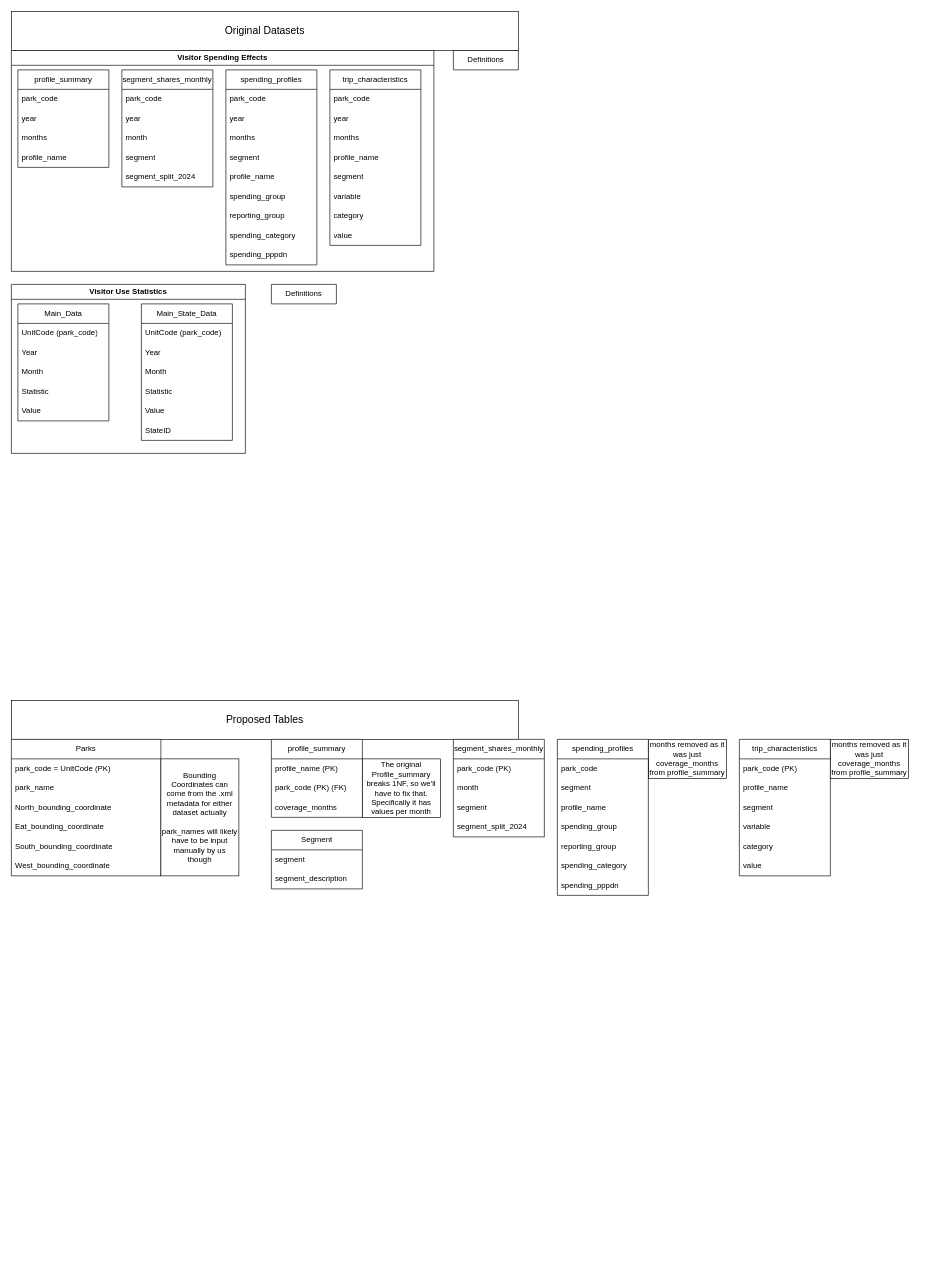
Above: NP_Analysis_TableOverviewAndPlanning.drawio in PoisonAssassin13/IEM4723_NP_Analysists (draw.io), before the change. Source tidied: cells renumbered, new cells numbered last; positions are measured from the earlier drawing's top-left corner, leaving out a move shared by most shapes. Both pictures are drawn from the tidied source at 65%, with x=0, y=0 at pixel (11, 11).
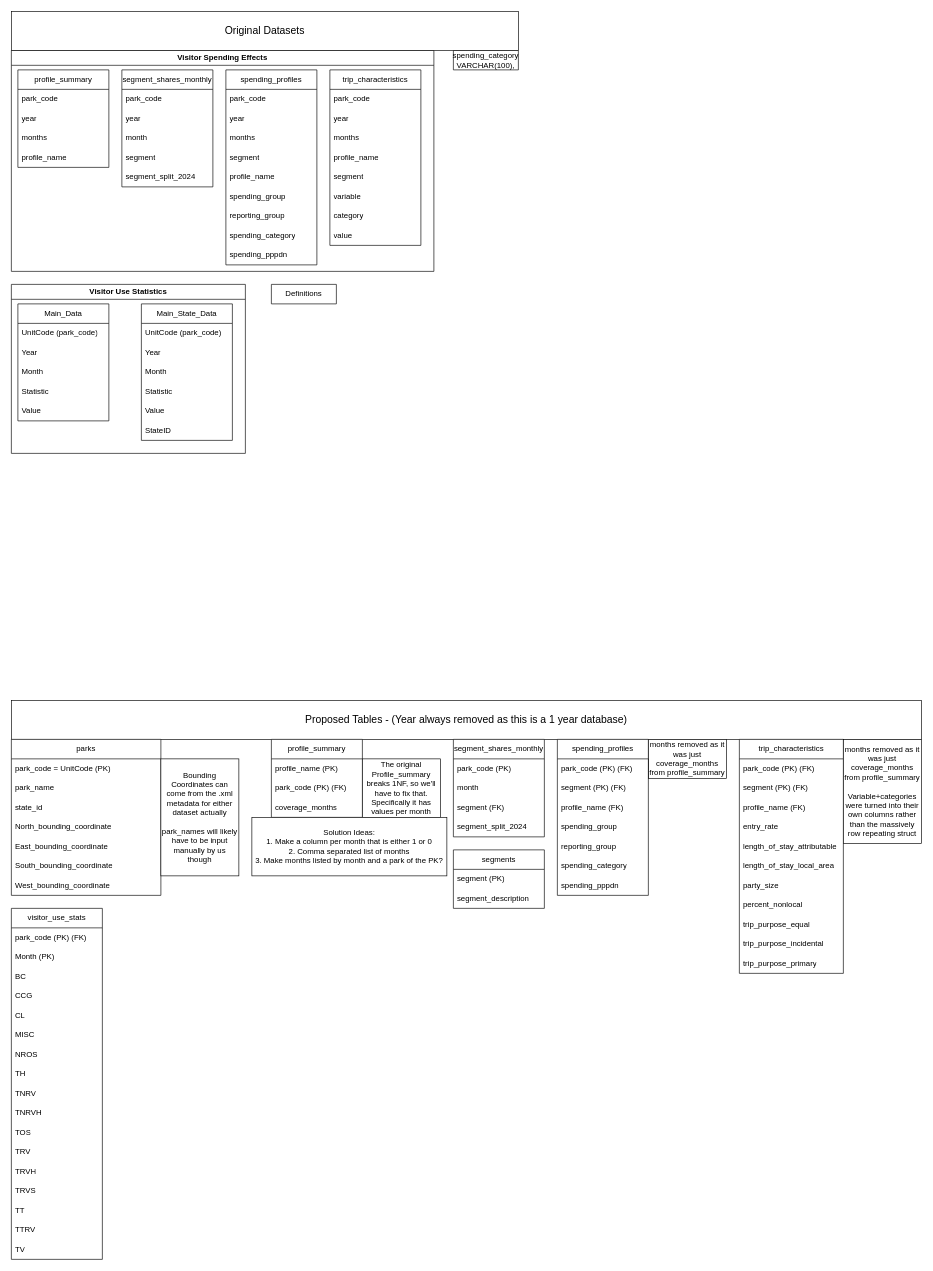
The same page after the edit.

Commit message (it also covers changes not shown here):
Finished initial table planning and hypothetical table construction.

The change refers to these unchanged cells:
```xml
<mxCell id="64" value="segment_shares_monthly" style="swimlane;fontStyle=0;horizontal=1;startSize=30;whiteSpace=wrap;html=1;" parent="1" vertex="1">
  <mxGeometry x="680" y="1120" width="140" height="150" as="geometry" />
</mxCell>
<mxCell id="78" value="spending_profiles" style="swimlane;fontStyle=0;horizontal=1;startSize=30;whiteSpace=wrap;html=1;" parent="1" vertex="1">
  <mxGeometry x="840" y="1120" width="140" height="240" as="geometry" />
</mxCell>
```

What changed in the source:
```diff
@@
-    <mxCell id="48" value="Definitions" style="swimlane;fontStyle=0;horizontal=1;startSize=30;whiteSpace=wrap;html=1;" parent="1" vertex="1" collapsed="1">
+    <mxCell id="48" value="spending_category VARCHAR(100)," style="swimlane;fontStyle=0;horizontal=1;startSize=30;whiteSpace=wrap;html=1;" parent="1" vertex="1" collapsed="1">
       <mxGeometry x="680" y="60" width="100" height="30" as="geometry" />
     </mxCell>
@@
-    <mxCell id="50" value="&lt;font size=&quot;3&quot;&gt;Proposed Tables&lt;/font&gt;" style="rounded=0;whiteSpace=wrap;html=1;" parent="1" vertex="1">
-      <mxGeometry y="1060" width="780" height="60" as="geometry" />
+    <mxCell id="50" value="&lt;font size=&quot;3&quot;&gt;Proposed Tables - (Year always removed as this is a 1 year database)&lt;/font&gt;" style="rounded=0;whiteSpace=wrap;html=1;" parent="1" vertex="1">
+      <mxGeometry y="1060" width="1400" height="60" as="geometry" />
     </mxCell>
-    <mxCell id="51" value="Parks" style="swimlane;fontStyle=0;horizontal=1;startSize=30;whiteSpace=wrap;html=1;" parent="1" vertex="1">
-      <mxGeometry y="1120" width="230" height="210" as="geometry" />
+    <mxCell id="51" value="parks" style="swimlane;fontStyle=0;horizontal=1;startSize=30;whiteSpace=wrap;html=1;" parent="1" vertex="1">
+      <mxGeometry y="1120" width="230" height="240" as="geometry" />
     </mxCell>
@@
+    <mxCell id="89" value="state_id" style="text;strokeColor=none;fillColor=none;align=left;verticalAlign=middle;spacingLeft=4;spacingRight=4;overflow=hidden;whiteSpace=wrap;html=1;" parent="51" vertex="1">
+      <mxGeometry y="90" width="230" height="30" as="geometry" />
+    </mxCell>
     <mxCell id="54" value="North_bounding_coordinate" style="text;strokeColor=none;fillColor=none;align=left;verticalAlign=middle;spacingLeft=4;spacingRight=4;overflow=hidden;whiteSpace=wrap;html=1;" parent="51" vertex="1">
-      <mxGeometry y="90" width="230" height="30" as="geometry" />
+      <mxGeometry y="120" width="230" height="30" as="geometry" />
     </mxCell>
-    <mxCell id="55" value="Eat_bounding_coordinate" style="text;strokeColor=none;fillColor=none;align=left;verticalAlign=middle;spacingLeft=4;spacingRight=4;overflow=hidden;whiteSpace=wrap;html=1;" parent="51" vertex="1">
-      <mxGeometry y="120" width="230" height="30" as="geometry" />
+    <mxCell id="55" value="East_bounding_coordinate" style="text;strokeColor=none;fillColor=none;align=left;verticalAlign=middle;spacingLeft=4;spacingRight=4;overflow=hidden;whiteSpace=wrap;html=1;" parent="51" vertex="1">
+      <mxGeometry y="150" width="230" height="30" as="geometry" />
     </mxCell>
     <mxCell id="56" value="South_bounding_coordinate" style="text;strokeColor=none;fillColor=none;align=left;verticalAlign=middle;spacingLeft=4;spacingRight=4;overflow=hidden;whiteSpace=wrap;html=1;" parent="51" vertex="1">
-      <mxGeometry y="150" width="230" height="30" as="geometry" />
+      <mxGeometry y="180" width="230" height="30" as="geometry" />
     </mxCell>
     <mxCell id="57" value="West_bounding_coordinate" style="text;strokeColor=none;fillColor=none;align=left;verticalAlign=middle;spacingLeft=4;spacingRight=4;overflow=hidden;whiteSpace=wrap;html=1;" parent="51" vertex="1">
-      <mxGeometry y="180" width="230" height="30" as="geometry" />
+      <mxGeometry y="210" width="230" height="30" as="geometry" />
     </mxCell>
@@
-    <mxCell id="67" value="segment" style="text;strokeColor=none;fillColor=none;align=left;verticalAlign=middle;spacingLeft=4;spacingRight=4;overflow=hidden;whiteSpace=wrap;html=1;" parent="64" vertex="1">
+    <mxCell id="67" value="segment (FK)" style="text;strokeColor=none;fillColor=none;align=left;verticalAlign=middle;spacingLeft=4;spacingRight=4;overflow=hidden;whiteSpace=wrap;html=1;" parent="64" vertex="1">
       <mxGeometry y="90" width="140" height="30" as="geometry" />
     </mxCell>
@@
     <mxCell id="69" value="trip_characteristics" style="swimlane;fontStyle=0;horizontal=1;startSize=30;whiteSpace=wrap;html=1;" parent="1" vertex="1">
-      <mxGeometry x="1120" y="1120" width="140" height="210" as="geometry" />
+      <mxGeometry x="1120" y="1120" width="160" height="360" as="geometry" />
     </mxCell>
-    <mxCell id="70" value="park_code (PK)" style="text;strokeColor=none;fillColor=none;align=left;verticalAlign=middle;spacingLeft=4;spacingRight=4;overflow=hidden;whiteSpace=wrap;html=1;" parent="69" vertex="1">
-      <mxGeometry y="30" width="140" height="30" as="geometry" />
+    <mxCell id="70" value="park_code (PK) (FK)" style="text;strokeColor=none;fillColor=none;align=left;verticalAlign=middle;spacingLeft=4;spacingRight=4;overflow=hidden;whiteSpace=wrap;html=1;" parent="69" vertex="1">
+      <mxGeometry y="30" width="160" height="30" as="geometry" />
     </mxCell>
+    <mxCell id="72" value="segment (PK) (FK)" style="text;strokeColor=none;fillColor=none;align=left;verticalAlign=middle;spacingLeft=4;spacingRight=4;overflow=hidden;whiteSpace=wrap;html=1;" parent="69" vertex="1">
+      <mxGeometry y="60" width="160" height="30" as="geometry" />
+    </mxCell>
-    <mxCell id="71" value="profile_name" style="text;strokeColor=none;fillColor=none;align=left;verticalAlign=middle;spacingLeft=4;spacingRight=4;overflow=hidden;whiteSpace=wrap;html=1;" parent="69" vertex="1">
-      <mxGeometry y="60" width="140" height="30" as="geometry" />
+    <mxCell id="71" value="profile_name (FK)" style="text;strokeColor=none;fillColor=none;align=left;verticalAlign=middle;spacingLeft=4;spacingRight=4;overflow=hidden;whiteSpace=wrap;html=1;" parent="69" vertex="1">
+      <mxGeometry y="90" width="160" height="30" as="geometry" />
     </mxCell>
-    <mxCell id="72" value="segment" style="text;strokeColor=none;fillColor=none;align=left;verticalAlign=middle;spacingLeft=4;spacingRight=4;overflow=hidden;whiteSpace=wrap;html=1;" parent="69" vertex="1">
-      <mxGeometry y="90" width="140" height="30" as="geometry" />
-    </mxCell>
-    <mxCell id="73" value="variable" style="text;strokeColor=none;fillColor=none;align=left;verticalAlign=middle;spacingLeft=4;spacingRight=4;overflow=hidden;whiteSpace=wrap;html=1;" parent="69" vertex="1">
-      <mxGeometry y="120" width="140" height="30" as="geometry" />
+    <mxCell id="73" value="entry_rate" style="text;strokeColor=none;fillColor=none;align=left;verticalAlign=middle;spacingLeft=4;spacingRight=4;overflow=hidden;whiteSpace=wrap;html=1;" parent="69" vertex="1">
+      <mxGeometry y="120" width="160" height="30" as="geometry" />
     </mxCell>
+    <mxCell id="90" value="length_of_stay_attributable" style="text;strokeColor=none;fillColor=none;align=left;verticalAlign=middle;spacingLeft=4;spacingRight=4;overflow=hidden;whiteSpace=wrap;html=1;" parent="69" vertex="1">
+      <mxGeometry y="150" width="160" height="30" as="geometry" />
+    </mxCell>
-    <mxCell id="74" value="category" style="text;strokeColor=none;fillColor=none;align=left;verticalAlign=middle;spacingLeft=4;spacingRight=4;overflow=hidden;whiteSpace=wrap;html=1;" parent="69" vertex="1">
-      <mxGeometry y="150" width="140" height="30" as="geometry" />
+    <mxCell id="74" value="length_of_stay_local_area" style="text;strokeColor=none;fillColor=none;align=left;verticalAlign=middle;spacingLeft=4;spacingRight=4;overflow=hidden;whiteSpace=wrap;html=1;" parent="69" vertex="1">
+      <mxGeometry y="180" width="160" height="30" as="geometry" />
     </mxCell>
-    <mxCell id="75" value="value" style="text;strokeColor=none;fillColor=none;align=left;verticalAlign=middle;spacingLeft=4;spacingRight=4;overflow=hidden;whiteSpace=wrap;html=1;" parent="69" vertex="1">
-      <mxGeometry y="180" width="140" height="30" as="geometry" />
+    <mxCell id="75" value="party_size" style="text;strokeColor=none;fillColor=none;align=left;verticalAlign=middle;spacingLeft=4;spacingRight=4;overflow=hidden;whiteSpace=wrap;html=1;" parent="69" vertex="1">
+      <mxGeometry y="210" width="160" height="30" as="geometry" />
     </mxCell>
+    <mxCell id="91" value="percent_nonlocal" style="text;strokeColor=none;fillColor=none;align=left;verticalAlign=middle;spacingLeft=4;spacingRight=4;overflow=hidden;whiteSpace=wrap;html=1;" parent="69" vertex="1">
+      <mxGeometry y="240" width="160" height="30" as="geometry" />
+    </mxCell>
+    <mxCell id="92" value="trip_purpose_equal" style="text;strokeColor=none;fillColor=none;align=left;verticalAlign=middle;spacingLeft=4;spacingRight=4;overflow=hidden;whiteSpace=wrap;html=1;" parent="69" vertex="1">
+      <mxGeometry y="270" width="160" height="30" as="geometry" />
+    </mxCell>
+    <mxCell id="93" value="trip_purpose_incidental" style="text;strokeColor=none;fillColor=none;align=left;verticalAlign=middle;spacingLeft=4;spacingRight=4;overflow=hidden;whiteSpace=wrap;html=1;" parent="69" vertex="1">
+      <mxGeometry y="300" width="160" height="30" as="geometry" />
+    </mxCell>
+    <mxCell id="94" value="trip_purpose_primary" style="text;strokeColor=none;fillColor=none;align=left;verticalAlign=middle;spacingLeft=4;spacingRight=4;overflow=hidden;whiteSpace=wrap;html=1;" parent="69" vertex="1">
+      <mxGeometry y="330" width="160" height="30" as="geometry" />
+    </mxCell>
@@
-    <mxCell id="77" value="months removed as it was just coverage_months from profile_summary" style="rounded=0;whiteSpace=wrap;html=1;" parent="1" vertex="1">
-      <mxGeometry x="1260" y="1120" width="120" height="60" as="geometry" />
+    <mxCell id="77" value="months removed as it was just coverage_months from profile_summary&lt;br&gt;&lt;br&gt;Variable+categories were turned into their own columns rather than the massively row repeating struct" style="rounded=0;whiteSpace=wrap;html=1;" parent="1" vertex="1">
+      <mxGeometry x="1280" y="1120" width="120" height="160" as="geometry" />
     </mxCell>
@@
-    <mxCell id="79" value="park_code" style="text;strokeColor=none;fillColor=none;align=left;verticalAlign=middle;spacingLeft=4;spacingRight=4;overflow=hidden;whiteSpace=wrap;html=1;" parent="78" vertex="1">
+    <mxCell id="79" value="park_code (PK) (FK)" style="text;strokeColor=none;fillColor=none;align=left;verticalAlign=middle;spacingLeft=4;spacingRight=4;overflow=hidden;whiteSpace=wrap;html=1;" parent="78" vertex="1">
       <mxGeometry y="30" width="140" height="30" as="geometry" />
     </mxCell>
-    <mxCell id="80" value="segment" style="text;strokeColor=none;fillColor=none;align=left;verticalAlign=middle;spacingLeft=4;spacingRight=4;overflow=hidden;whiteSpace=wrap;html=1;" parent="78" vertex="1">
+    <mxCell id="80" value="segment (PK) (FK)" style="text;strokeColor=none;fillColor=none;align=left;verticalAlign=middle;spacingLeft=4;spacingRight=4;overflow=hidden;whiteSpace=wrap;html=1;" parent="78" vertex="1">
       <mxGeometry y="60" width="140" height="30" as="geometry" />
     </mxCell>
-    <mxCell id="81" value="profile_name" style="text;strokeColor=none;fillColor=none;align=left;verticalAlign=middle;spacingLeft=4;spacingRight=4;overflow=hidden;whiteSpace=wrap;html=1;" parent="78" vertex="1">
+    <mxCell id="81" value="profile_name (FK)" style="text;strokeColor=none;fillColor=none;align=left;verticalAlign=middle;spacingLeft=4;spacingRight=4;overflow=hidden;whiteSpace=wrap;html=1;" parent="78" vertex="1">
       <mxGeometry y="90" width="140" height="30" as="geometry" />
     </mxCell>
@@
-    <mxCell id="86" value="Segment" style="swimlane;fontStyle=0;horizontal=1;startSize=30;whiteSpace=wrap;html=1;" parent="1" vertex="1">
-      <mxGeometry x="400" y="1260" width="140" height="90" as="geometry" />
+    <mxCell id="86" value="segments" style="swimlane;fontStyle=0;horizontal=1;startSize=30;whiteSpace=wrap;html=1;" parent="1" vertex="1">
+      <mxGeometry x="680" y="1290" width="140" height="90" as="geometry" />
     </mxCell>
-    <mxCell id="87" value="segment" style="text;strokeColor=none;fillColor=none;align=left;verticalAlign=middle;spacingLeft=4;spacingRight=4;overflow=hidden;whiteSpace=wrap;html=1;" parent="86" vertex="1">
+    <mxCell id="87" value="segment (PK)" style="text;strokeColor=none;fillColor=none;align=left;verticalAlign=middle;spacingLeft=4;spacingRight=4;overflow=hidden;whiteSpace=wrap;html=1;" parent="86" vertex="1">
       <mxGeometry y="30" width="140" height="30" as="geometry" />
     </mxCell>
@@
+    <mxCell id="95" value="visitor_use_stats" style="swimlane;fontStyle=0;horizontal=1;startSize=30;whiteSpace=wrap;html=1;" parent="1" vertex="1">
+      <mxGeometry y="1380" width="140" height="540" as="geometry" />
+    </mxCell>
+    <mxCell id="96" value="park_code (PK) (FK)" style="text;strokeColor=none;fillColor=none;align=left;verticalAlign=middle;spacingLeft=4;spacingRight=4;overflow=hidden;whiteSpace=wrap;html=1;" parent="95" vertex="1">
+      <mxGeometry y="30" width="140" height="30" as="geometry" />
+    </mxCell>
+    <mxCell id="97" value="Month (PK)" style="text;strokeColor=none;fillColor=none;align=left;verticalAlign=middle;spacingLeft=4;spacingRight=4;overflow=hidden;whiteSpace=wrap;html=1;" parent="95" vertex="1">
+      <mxGeometry y="60" width="140" height="30" as="geometry" />
+    </mxCell>
+    <mxCell id="98" value="BC" style="text;strokeColor=none;fillColor=none;align=left;verticalAlign=middle;spacingLeft=4;spacingRight=4;overflow=hidden;whiteSpace=wrap;html=1;" parent="95" vertex="1">
+      <mxGeometry y="90" width="140" height="30" as="geometry" />
+    </mxCell>
+    <mxCell id="99" value="CCG" style="text;strokeColor=none;fillColor=none;align=left;verticalAlign=middle;spacingLeft=4;spacingRight=4;overflow=hidden;whiteSpace=wrap;html=1;" parent="95" vertex="1">
+      <mxGeometry y="120" width="140" height="30" as="geometry" />
+    </mxCell>
+    <mxCell id="100" value="CL" style="text;strokeColor=none;fillColor=none;align=left;verticalAlign=middle;spacingLeft=4;spacingRight=4;overflow=hidden;whiteSpace=wrap;html=1;" parent="95" vertex="1">
+      <mxGeometry y="150" width="140" height="30" as="geometry" />
+    </mxCell>
+    <mxCell id="101" value="MISC" style="text;strokeColor=none;fillColor=none;align=left;verticalAlign=middle;spacingLeft=4;spacingRight=4;overflow=hidden;whiteSpace=wrap;html=1;" parent="95" vertex="1">
+      <mxGeometry y="180" width="140" height="30" as="geometry" />
+    </mxCell>
+    <mxCell id="102" value="NROS" style="text;strokeColor=none;fillColor=none;align=left;verticalAlign=middle;spacingLeft=4;spacingRight=4;overflow=hidden;whiteSpace=wrap;html=1;" parent="95" vertex="1">
+      <mxGeometry y="210" width="140" height="30" as="geometry" />
+    </mxCell>
+    <mxCell id="103" value="TH" style="text;strokeColor=none;fillColor=none;align=left;verticalAlign=middle;spacingLeft=4;spacingRight=4;overflow=hidden;whiteSpace=wrap;html=1;" parent="95" vertex="1">
+      <mxGeometry y="240" width="140" height="30" as="geometry" />
+    </mxCell>
+    <mxCell id="104" value="TNRV" style="text;strokeColor=none;fillColor=none;align=left;verticalAlign=middle;spacingLeft=4;spacingRight=4;overflow=hidden;whiteSpace=wrap;html=1;" parent="95" vertex="1">
+      <mxGeometry y="270" width="140" height="30" as="geometry" />
+    </mxCell>
+    <mxCell id="105" value="TNRVH" style="text;strokeColor=none;fillColor=none;align=left;verticalAlign=middle;spacingLeft=4;spacingRight=4;overflow=hidden;whiteSpace=wrap;html=1;" parent="95" vertex="1">
+      <mxGeometry y="300" width="140" height="30" as="geometry" />
+    </mxCell>
+    <mxCell id="106" value="TOS" style="text;strokeColor=none;fillColor=none;align=left;verticalAlign=middle;spacingLeft=4;spacingRight=4;overflow=hidden;whiteSpace=wrap;html=1;" parent="95" vertex="1">
+      <mxGeometry y="330" width="140" height="30" as="geometry" />
+    </mxCell>
+    <mxCell id="107" value="TRV" style="text;strokeColor=none;fillColor=none;align=left;verticalAlign=middle;spacingLeft=4;spacingRight=4;overflow=hidden;whiteSpace=wrap;html=1;" parent="95" vertex="1">
+      <mxGeometry y="360" width="140" height="30" as="geometry" />
+    </mxCell>
+    <mxCell id="108" value="TRVH" style="text;strokeColor=none;fillColor=none;align=left;verticalAlign=middle;spacingLeft=4;spacingRight=4;overflow=hidden;whiteSpace=wrap;html=1;" parent="95" vertex="1">
+      <mxGeometry y="390" width="140" height="30" as="geometry" />
+    </mxCell>
+    <mxCell id="109" value="TRVS" style="text;strokeColor=none;fillColor=none;align=left;verticalAlign=middle;spacingLeft=4;spacingRight=4;overflow=hidden;whiteSpace=wrap;html=1;" parent="95" vertex="1">
+      <mxGeometry y="420" width="140" height="30" as="geometry" />
+    </mxCell>
+    <mxCell id="110" value="TT" style="text;strokeColor=none;fillColor=none;align=left;verticalAlign=middle;spacingLeft=4;spacingRight=4;overflow=hidden;whiteSpace=wrap;html=1;" parent="95" vertex="1">
+      <mxGeometry y="450" width="140" height="30" as="geometry" />
+    </mxCell>
+    <mxCell id="111" value="TTRV" style="text;strokeColor=none;fillColor=none;align=left;verticalAlign=middle;spacingLeft=4;spacingRight=4;overflow=hidden;whiteSpace=wrap;html=1;" parent="95" vertex="1">
+      <mxGeometry y="480" width="140" height="30" as="geometry" />
+    </mxCell>
+    <mxCell id="112" value="TV" style="text;strokeColor=none;fillColor=none;align=left;verticalAlign=middle;spacingLeft=4;spacingRight=4;overflow=hidden;whiteSpace=wrap;html=1;" parent="95" vertex="1">
+      <mxGeometry y="510" width="140" height="30" as="geometry" />
+    </mxCell>
+    <mxCell id="113" value="Solution Ideas:&lt;div&gt;1. Make a column per month that is either 1 or 0&lt;/div&gt;&lt;div&gt;2. Comma separated list of months&lt;/div&gt;&lt;div&gt;3. Make months listed by month and a park of the PK?&lt;/div&gt;" style="rounded=0;whiteSpace=wrap;html=1;" parent="1" vertex="1">
+      <mxGeometry x="370" y="1240" width="300" height="90" as="geometry" />
+    </mxCell>
```
